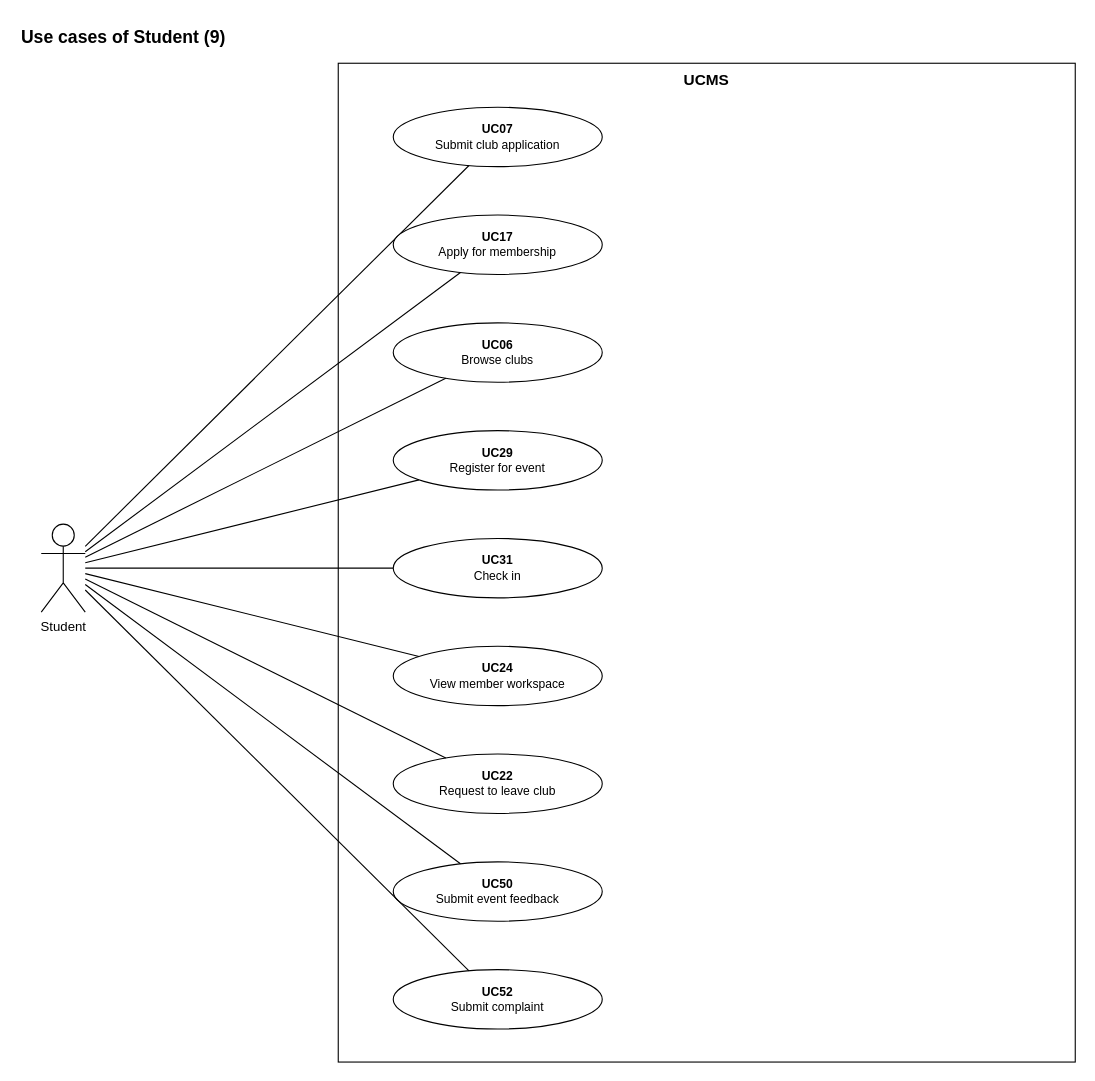
The draw.io diagram page "Student" (2 of 9) of docs/03-diagrams/UCMS_UseCase_ByActor.drawio in nvdekay/ClubManagementSystem, before the edit. Source tidied: cells renumbered, new cells numbered last; positions are measured from the earlier drawing's top-left corner, leaving out a move shared by most shapes. Both pictures are drawn from the tidied source at 110%, with x=0, y=0 at pixel (19, 19).
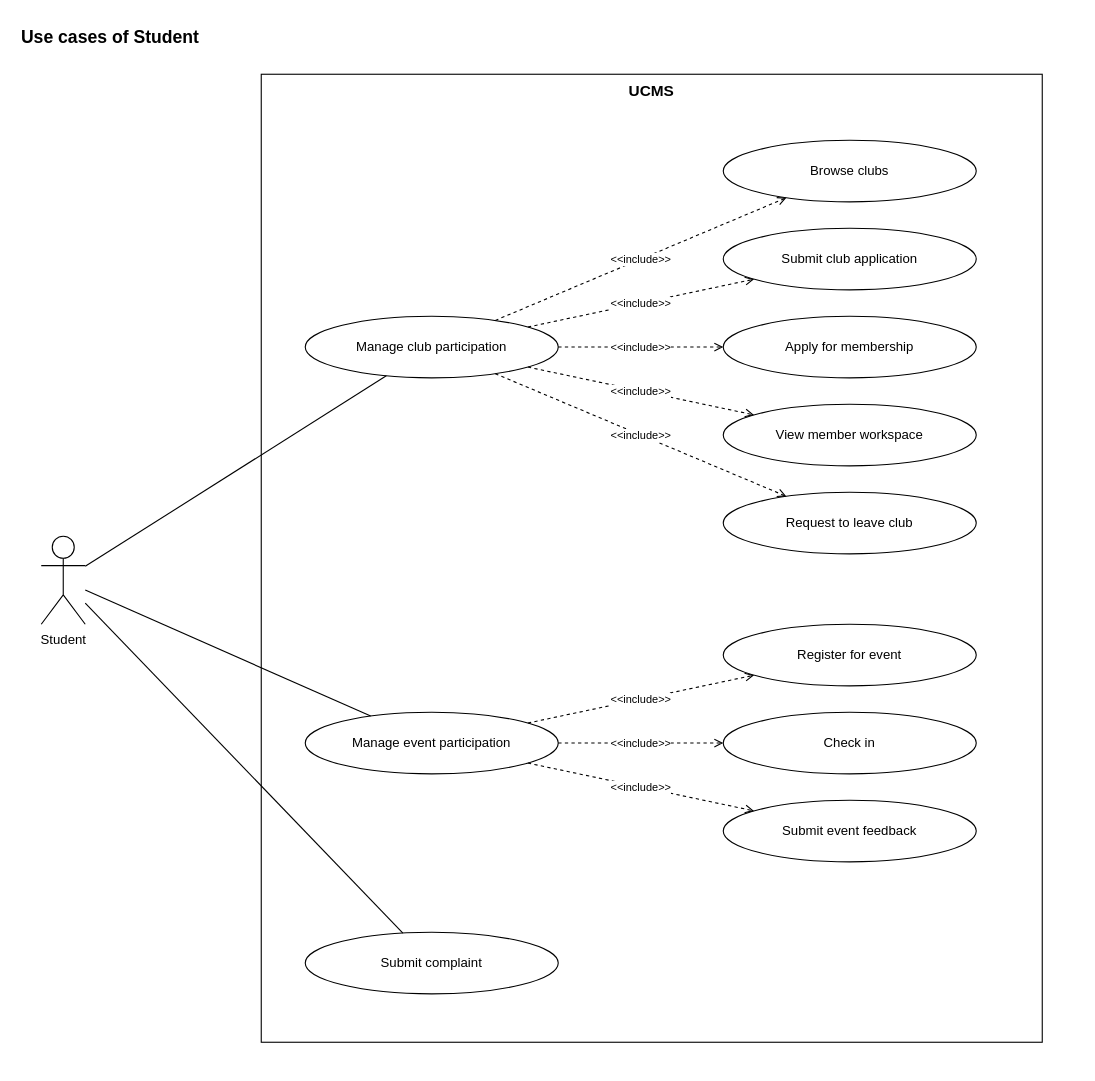
Above is the later version.

What changed in the source:
```diff
@@
-    <mxCell id="2" value="Use cases of Student (9)" style="text;html=1;fontStyle=1;fontSize=16;align=left;" parent="1" vertex="1">
-      <mxGeometry width="700" height="30" as="geometry" />
+    <mxCell id="2" value="Use cases of Student" style="text;html=1;fontStyle=1;fontSize=16;align=left;" parent="1" vertex="1">
+      <mxGeometry width="900" height="30" as="geometry" />
     </mxCell>
     <mxCell id="3" value="UCMS" style="rounded=0;whiteSpace=wrap;html=1;fillColor=none;strokeColor=#000000;verticalAlign=top;fontStyle=1;fontSize=14;" parent="1" vertex="1">
-      <mxGeometry x="290" y="40" width="670" height="908" as="geometry" />
+      <mxGeometry x="220" y="50" width="710" height="880" as="geometry" />
     </mxCell>
     <mxCell id="4" value="Student" style="shape=umlActor;verticalLabelPosition=bottom;verticalAlign=top;html=1;outlineConnect=0;fillColor=#ffffff;strokeColor=#000000;" parent="1" vertex="1">
-      <mxGeometry x="20" y="459" width="40" height="80" as="geometry" />
+      <mxGeometry x="20" y="470" width="40" height="80" as="geometry" />
     </mxCell>
-    <mxCell id="5" value="&lt;b&gt;UC07&lt;/b&gt;&lt;br&gt;Submit club application" style="ellipse;whiteSpace=wrap;html=1;fillColor=#ffffff;strokeColor=#000000;fontSize=11;" parent="1" vertex="1">
-      <mxGeometry x="340" y="80" width="190" height="54" as="geometry" />
-    </mxCell>
-    <mxCell id="6" style="endArrow=none;html=1;strokeColor=#000000;" parent="1" edge="1" source="4" target="5">
-      <mxGeometry relative="1" as="geometry" />
-    </mxCell>
-    <mxCell id="7" value="&lt;b&gt;UC17&lt;/b&gt;&lt;br&gt;Apply for membership" style="ellipse;whiteSpace=wrap;html=1;fillColor=#ffffff;strokeColor=#000000;fontSize=11;" parent="1" vertex="1">
-      <mxGeometry x="340" y="178" width="190" height="54" as="geometry" />
-    </mxCell>
-    <mxCell id="8" style="endArrow=none;html=1;strokeColor=#000000;" parent="1" edge="1" source="4" target="7">
-      <mxGeometry relative="1" as="geometry" />
-    </mxCell>
-    <mxCell id="9" value="&lt;b&gt;UC06&lt;/b&gt;&lt;br&gt;Browse clubs" style="ellipse;whiteSpace=wrap;html=1;fillColor=#ffffff;strokeColor=#000000;fontSize=11;" parent="1" vertex="1">
-      <mxGeometry x="340" y="276" width="190" height="54" as="geometry" />
-    </mxCell>
-    <mxCell id="10" style="endArrow=none;html=1;strokeColor=#000000;" parent="1" edge="1" source="4" target="9">
-      <mxGeometry relative="1" as="geometry" />
-    </mxCell>
-    <mxCell id="11" value="&lt;b&gt;UC29&lt;/b&gt;&lt;br&gt;Register for event" style="ellipse;whiteSpace=wrap;html=1;fillColor=#ffffff;strokeColor=#000000;fontSize=11;" parent="1" vertex="1">
-      <mxGeometry x="340" y="374" width="190" height="54" as="geometry" />
-    </mxCell>
-    <mxCell id="12" style="endArrow=none;html=1;strokeColor=#000000;" parent="1" edge="1" source="4" target="11">
-      <mxGeometry relative="1" as="geometry" />
-    </mxCell>
-    <mxCell id="13" value="&lt;b&gt;UC31&lt;/b&gt;&lt;br&gt;Check in" style="ellipse;whiteSpace=wrap;html=1;fillColor=#ffffff;strokeColor=#000000;fontSize=11;" parent="1" vertex="1">
-      <mxGeometry x="340" y="472" width="190" height="54" as="geometry" />
-    </mxCell>
-    <mxCell id="14" style="endArrow=none;html=1;strokeColor=#000000;" parent="1" edge="1" source="4" target="13">
-      <mxGeometry relative="1" as="geometry" />
-    </mxCell>
-    <mxCell id="15" value="&lt;b&gt;UC24&lt;/b&gt;&lt;br&gt;View member workspace" style="ellipse;whiteSpace=wrap;html=1;fillColor=#ffffff;strokeColor=#000000;fontSize=11;" parent="1" vertex="1">
-      <mxGeometry x="340" y="570" width="190" height="54" as="geometry" />
-    </mxCell>
-    <mxCell id="16" style="endArrow=none;html=1;strokeColor=#000000;" parent="1" edge="1" source="4" target="15">
-      <mxGeometry relative="1" as="geometry" />
-    </mxCell>
-    <mxCell id="17" value="&lt;b&gt;UC22&lt;/b&gt;&lt;br&gt;Request to leave club" style="ellipse;whiteSpace=wrap;html=1;fillColor=#ffffff;strokeColor=#000000;fontSize=11;" parent="1" vertex="1">
-      <mxGeometry x="340" y="668" width="190" height="54" as="geometry" />
-    </mxCell>
-    <mxCell id="18" style="endArrow=none;html=1;strokeColor=#000000;" parent="1" edge="1" source="4" target="17">
-      <mxGeometry relative="1" as="geometry" />
-    </mxCell>
-    <mxCell id="19" value="&lt;b&gt;UC50&lt;/b&gt;&lt;br&gt;Submit event feedback" style="ellipse;whiteSpace=wrap;html=1;fillColor=#ffffff;strokeColor=#000000;fontSize=11;" parent="1" vertex="1">
-      <mxGeometry x="340" y="766" width="190" height="54" as="geometry" />
-    </mxCell>
-    <mxCell id="20" style="endArrow=none;html=1;strokeColor=#000000;" parent="1" edge="1" source="4" target="19">
-      <mxGeometry relative="1" as="geometry" />
-    </mxCell>
-    <mxCell id="21" value="&lt;b&gt;UC52&lt;/b&gt;&lt;br&gt;Submit complaint" style="ellipse;whiteSpace=wrap;html=1;fillColor=#ffffff;strokeColor=#000000;fontSize=11;" parent="1" vertex="1">
-      <mxGeometry x="340" y="864" width="190" height="54" as="geometry" />
-    </mxCell>
-    <mxCell id="22" style="endArrow=none;html=1;strokeColor=#000000;" parent="1" edge="1" source="4" target="21">
-      <mxGeometry relative="1" as="geometry" />
-    </mxCell>
+    <mxCell id="23" value="Manage club participation" style="ellipse;whiteSpace=wrap;html=1;fillColor=#ffffff;strokeColor=#000000;fontSize=12;" parent="1" vertex="1">
+      <mxGeometry x="260" y="270" width="230" height="56" as="geometry" />
+    </mxCell>
+    <mxCell id="24" style="endArrow=none;html=1;strokeColor=#000000;" parent="1" edge="1" source="4" target="23">
+      <mxGeometry relative="1" as="geometry" />
+    </mxCell>
+    <mxCell id="25" value="Browse clubs" style="ellipse;whiteSpace=wrap;html=1;fillColor=#ffffff;strokeColor=#000000;fontSize=12;" parent="1" vertex="1">
+      <mxGeometry x="640" y="110" width="230" height="56" as="geometry" />
+    </mxCell>
+    <mxCell id="26" value="&amp;lt;&amp;lt;include&amp;gt;&amp;gt;" style="endArrow=open;dashed=1;html=1;strokeColor=#000000;fontSize=10;labelBackgroundColor=#ffffff;" parent="1" edge="1" source="23" target="25">
+      <mxGeometry relative="1" as="geometry" />
+    </mxCell>
+    <mxCell id="27" value="Submit club application" style="ellipse;whiteSpace=wrap;html=1;fillColor=#ffffff;strokeColor=#000000;fontSize=12;" parent="1" vertex="1">
+      <mxGeometry x="640" y="190" width="230" height="56" as="geometry" />
+    </mxCell>
+    <mxCell id="28" value="&amp;lt;&amp;lt;include&amp;gt;&amp;gt;" style="endArrow=open;dashed=1;html=1;strokeColor=#000000;fontSize=10;labelBackgroundColor=#ffffff;" parent="1" edge="1" source="23" target="27">
+      <mxGeometry relative="1" as="geometry" />
+    </mxCell>
+    <mxCell id="29" value="Apply for membership" style="ellipse;whiteSpace=wrap;html=1;fillColor=#ffffff;strokeColor=#000000;fontSize=12;" parent="1" vertex="1">
+      <mxGeometry x="640" y="270" width="230" height="56" as="geometry" />
+    </mxCell>
+    <mxCell id="30" value="&amp;lt;&amp;lt;include&amp;gt;&amp;gt;" style="endArrow=open;dashed=1;html=1;strokeColor=#000000;fontSize=10;labelBackgroundColor=#ffffff;" parent="1" edge="1" source="23" target="29">
+      <mxGeometry relative="1" as="geometry" />
+    </mxCell>
+    <mxCell id="31" value="View member workspace" style="ellipse;whiteSpace=wrap;html=1;fillColor=#ffffff;strokeColor=#000000;fontSize=12;" parent="1" vertex="1">
+      <mxGeometry x="640" y="350" width="230" height="56" as="geometry" />
+    </mxCell>
+    <mxCell id="32" value="&amp;lt;&amp;lt;include&amp;gt;&amp;gt;" style="endArrow=open;dashed=1;html=1;strokeColor=#000000;fontSize=10;labelBackgroundColor=#ffffff;" parent="1" edge="1" source="23" target="31">
+      <mxGeometry relative="1" as="geometry" />
+    </mxCell>
+    <mxCell id="33" value="Request to leave club" style="ellipse;whiteSpace=wrap;html=1;fillColor=#ffffff;strokeColor=#000000;fontSize=12;" parent="1" vertex="1">
+      <mxGeometry x="640" y="430" width="230" height="56" as="geometry" />
+    </mxCell>
+    <mxCell id="34" value="&amp;lt;&amp;lt;include&amp;gt;&amp;gt;" style="endArrow=open;dashed=1;html=1;strokeColor=#000000;fontSize=10;labelBackgroundColor=#ffffff;" parent="1" edge="1" source="23" target="33">
+      <mxGeometry relative="1" as="geometry" />
+    </mxCell>
+    <mxCell id="35" value="Manage event participation" style="ellipse;whiteSpace=wrap;html=1;fillColor=#ffffff;strokeColor=#000000;fontSize=12;" parent="1" vertex="1">
+      <mxGeometry x="260" y="630" width="230" height="56" as="geometry" />
+    </mxCell>
+    <mxCell id="36" style="endArrow=none;html=1;strokeColor=#000000;" parent="1" edge="1" source="4" target="35">
+      <mxGeometry relative="1" as="geometry" />
+    </mxCell>
+    <mxCell id="37" value="Register for event" style="ellipse;whiteSpace=wrap;html=1;fillColor=#ffffff;strokeColor=#000000;fontSize=12;" parent="1" vertex="1">
+      <mxGeometry x="640" y="550" width="230" height="56" as="geometry" />
+    </mxCell>
+    <mxCell id="38" value="&amp;lt;&amp;lt;include&amp;gt;&amp;gt;" style="endArrow=open;dashed=1;html=1;strokeColor=#000000;fontSize=10;labelBackgroundColor=#ffffff;" parent="1" edge="1" source="35" target="37">
+      <mxGeometry relative="1" as="geometry" />
+    </mxCell>
+    <mxCell id="39" value="Check in" style="ellipse;whiteSpace=wrap;html=1;fillColor=#ffffff;strokeColor=#000000;fontSize=12;" parent="1" vertex="1">
+      <mxGeometry x="640" y="630" width="230" height="56" as="geometry" />
+    </mxCell>
+    <mxCell id="40" value="&amp;lt;&amp;lt;include&amp;gt;&amp;gt;" style="endArrow=open;dashed=1;html=1;strokeColor=#000000;fontSize=10;labelBackgroundColor=#ffffff;" parent="1" edge="1" source="35" target="39">
+      <mxGeometry relative="1" as="geometry" />
+    </mxCell>
+    <mxCell id="41" value="Submit event feedback" style="ellipse;whiteSpace=wrap;html=1;fillColor=#ffffff;strokeColor=#000000;fontSize=12;" parent="1" vertex="1">
+      <mxGeometry x="640" y="710" width="230" height="56" as="geometry" />
+    </mxCell>
+    <mxCell id="42" value="&amp;lt;&amp;lt;include&amp;gt;&amp;gt;" style="endArrow=open;dashed=1;html=1;strokeColor=#000000;fontSize=10;labelBackgroundColor=#ffffff;" parent="1" edge="1" source="35" target="41">
+      <mxGeometry relative="1" as="geometry" />
+    </mxCell>
+    <mxCell id="43" value="Submit complaint" style="ellipse;whiteSpace=wrap;html=1;fillColor=#ffffff;strokeColor=#000000;fontSize=12;" parent="1" vertex="1">
+      <mxGeometry x="260" y="830" width="230" height="56" as="geometry" />
+    </mxCell>
+    <mxCell id="44" style="endArrow=none;html=1;strokeColor=#000000;" parent="1" edge="1" source="4" target="43">
+      <mxGeometry relative="1" as="geometry" />
+    </mxCell>
```
